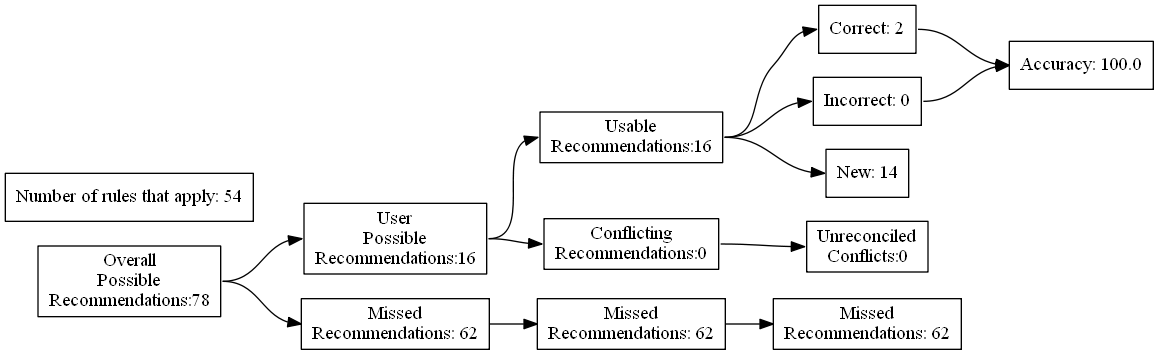
Above: test_renders/39.gv.png in ZaxR/ibd_diet_analysis (Graphviz), before the change. Its source is kept beside it as test_renders/39.gv.
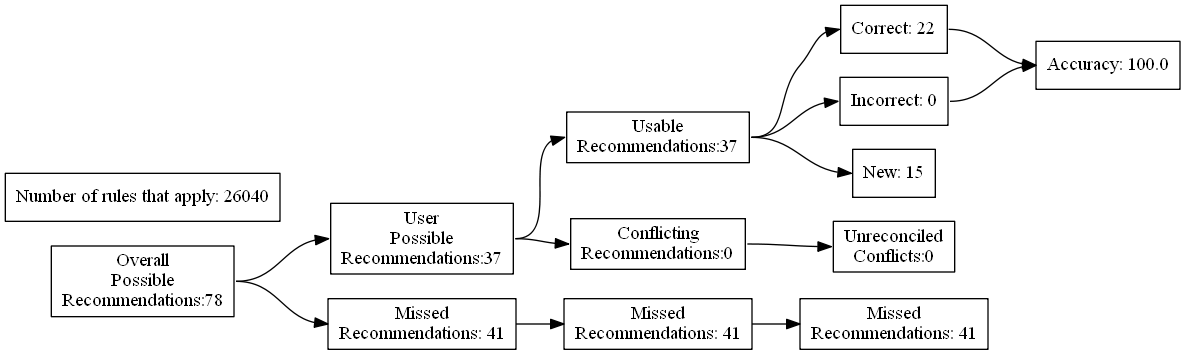
The same file after the commit.

Diff of the diagram source:
```diff
@@ -7,24 +7,24 @@
 Recommendations:78"]
 		B [label="User
 Possible
-Recommendations:16"]
+Recommendations:37"]
 		C [label="Missed
-Recommendations: 62"]
+Recommendations: 41"]
 		D [label="Usable
-Recommendations:16"]
+Recommendations:37"]
 		E [label="Conflicting
 Recommendations:0"]
 		J [label="Missed
-Recommendations: 62"]
+Recommendations: 41"]
 		M [label="Unreconciled
 Conflicts:0"]
-		F [label="Correct: 2"]
+		F [label="Correct: 22"]
 		G [label="Incorrect: 0"]
-		H [label="New: 14"]
+		H [label="New: 15"]
 		K [label="Missed
-Recommendations: 62"]
+Recommendations: 41"]
 		I [label="Accuracy: 100.0"]
-		l [label="Number of rules that apply: 54"]
+		l [label="Number of rules that apply: 26040"]
 			A -> B
 			A -> C
 			B -> D
```
